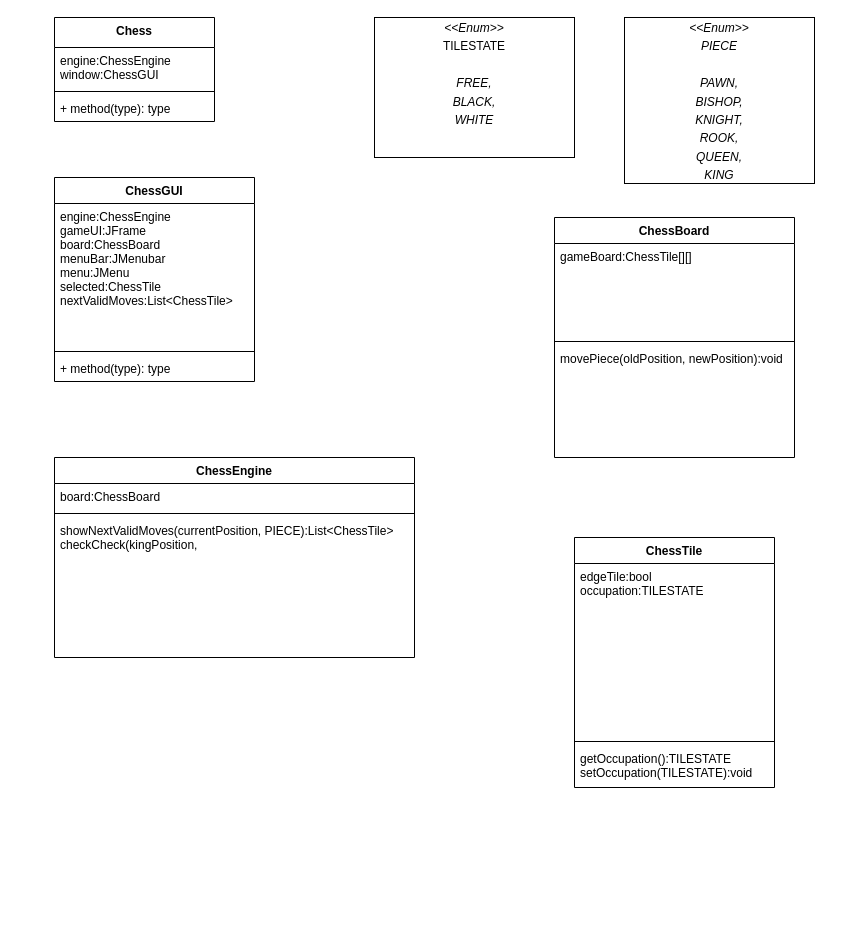
Earlier version of the draw.io diagram Aufgaben/Chessadds/UML Chess.drawio (dertheodor/epic_chess). Source tidied: cells renumbered, new cells numbered last; positions are measured from the earlier drawing's top-left corner, leaving out a move shared by most shapes. Both pictures are drawn from the tidied source at 100%, with x=0, y=0 at pixel (54, 17).
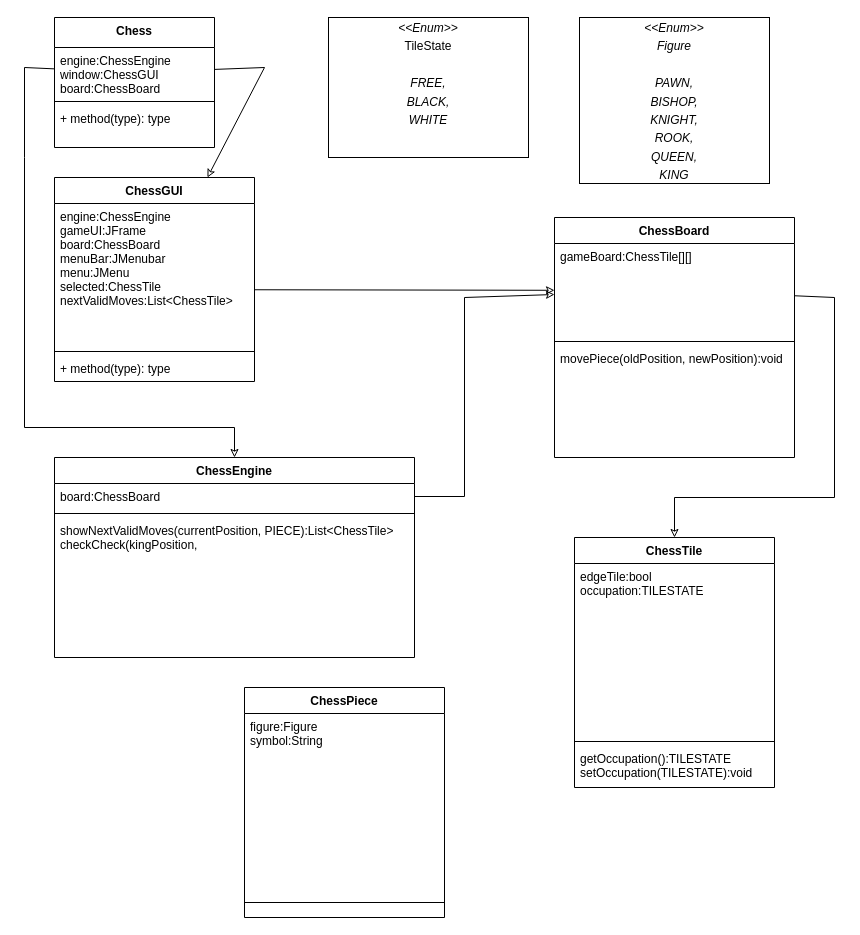
The same diagram, later.

Commit message (it also covers changes not shown here):
[Chess] Added Enums and two new Classes ChessTile and ChessPiece, also updated the UML

Unchanged cells that the change refers to:
```xml
<mxCell id="7" value="board:ChessBoard" style="text;strokeColor=none;fillColor=none;align=left;verticalAlign=top;spacingLeft=4;spacingRight=4;overflow=hidden;points=[[0,0.5],[1,0.5]];portConstraint=eastwest;" parent="6" vertex="1">
  <mxGeometry y="26" width="360" height="26" as="geometry" />
</mxCell>
<mxCell id="10" value="ChessGUI" style="swimlane;fontStyle=1;align=center;verticalAlign=top;horizontal=1;startSize=26;" parent="1" vertex="1">
  <mxGeometry y="160" width="200" height="204" as="geometry" />
</mxCell>
<mxCell id="11" value="engine:ChessEngine&#10;gameUI:JFrame&#10;board:ChessBoard&#10;menuBar:JMenubar&#10;menu:JMenu&#10;selected:ChessTile&#10;nextValidMoves:List&lt;ChessTile&gt;&#10;&#10;&#10;" style="text;strokeColor=none;fillColor=none;align=left;verticalAlign=top;spacingLeft=4;spacingRight=4;overflow=hidden;points=[[0,0.5],[1,0.5]];portConstraint=eastwest;" parent="10" vertex="1">
  <mxGeometry y="26" width="200" height="144" as="geometry" />
</mxCell>
<mxCell id="21" value="gameBoard:ChessTile[][]" style="text;strokeColor=none;fillColor=none;align=left;verticalAlign=top;spacingLeft=4;spacingRight=4;overflow=hidden;points=[[0,0.5],[1,0.5]];portConstraint=eastwest;" parent="20" vertex="1">
  <mxGeometry y="26" width="240" height="94" as="geometry" />
</mxCell>
```

The edit, as a diff of the source:
```diff
@@
     <mxCell id="2" value="Chess" style="swimlane;fontStyle=1;align=center;verticalAlign=top;horizontal=1;startSize=30;" parent="1" vertex="1">
-      <mxGeometry width="160" height="104" as="geometry" />
+      <mxGeometry width="160" height="130" as="geometry" />
     </mxCell>
-    <mxCell id="3" value="engine:ChessEngine&#10;window:ChessGUI" style="text;strokeColor=none;fillColor=none;align=left;verticalAlign=top;spacingLeft=4;spacingRight=4;overflow=hidden;points=[[0,0.5],[1,0.5]];portConstraint=eastwest;" parent="2" vertex="1">
-      <mxGeometry y="30" width="160" height="40" as="geometry" />
+    <mxCell id="3" value="engine:ChessEngine&#10;window:ChessGUI&#10;board:ChessBoard" style="text;strokeColor=none;fillColor=none;align=left;verticalAlign=top;spacingLeft=4;spacingRight=4;overflow=hidden;points=[[0,0.5],[1,0.5]];portConstraint=eastwest;" parent="2" vertex="1">
+      <mxGeometry y="30" width="160" height="50" as="geometry" />
     </mxCell>
     <mxCell id="4" style="line;strokeWidth=1;fillColor=none;align=left;verticalAlign=middle;spacingTop=-1;spacingLeft=3;spacingRight=3;labelPosition=right;" parent="2" vertex="1">
-      <mxGeometry y="70" width="160" height="8" as="geometry" />
+      <mxGeometry y="80" width="160" height="8" as="geometry" />
     </mxCell>
-    <mxCell id="5" value="+ method(type): type" style="text;strokeColor=none;fillColor=none;align=left;verticalAlign=top;spacingLeft=4;spacingRight=4;overflow=hidden;" parent="2" vertex="1">
-      <mxGeometry y="78" width="160" height="26" as="geometry" />
+    <mxCell id="5" value="+ method(type): type&#10;" style="text;strokeColor=none;fillColor=none;align=left;verticalAlign=top;spacingLeft=4;spacingRight=4;overflow=hidden;" parent="2" vertex="1">
+      <mxGeometry y="88" width="160" height="42" as="geometry" />
     </mxCell>
@@
-    <mxCell id="18" value="&lt;p style=&quot;margin: 0px ; margin-top: 4px ; text-align: center&quot;&gt;&lt;i&gt;&amp;lt;&amp;lt;Enum&amp;gt;&amp;gt;&lt;/i&gt;&lt;/p&gt;&lt;p style=&quot;margin: 0px ; margin-top: 4px ; text-align: center&quot;&gt;TILESTATE&lt;br&gt;&lt;/p&gt;&lt;p style=&quot;margin: 0px ; margin-top: 4px ; text-align: center&quot;&gt;&lt;i&gt;&lt;br&gt;&lt;/i&gt;&lt;/p&gt;&lt;p style=&quot;margin: 0px ; margin-top: 4px ; text-align: center&quot;&gt;&lt;i&gt;FREE,&lt;/i&gt;&lt;/p&gt;&lt;p style=&quot;margin: 0px ; margin-top: 4px ; text-align: center&quot;&gt;&lt;i&gt;BLACK,&lt;/i&gt;&lt;/p&gt;&lt;p style=&quot;margin: 0px ; margin-top: 4px ; text-align: center&quot;&gt;&lt;i&gt;WHITE&lt;/i&gt;&lt;/p&gt;" style="verticalAlign=top;align=left;overflow=fill;fontSize=12;fontFamily=Helvetica;html=1;" parent="1" vertex="1">
-      <mxGeometry x="320" width="200" height="140" as="geometry" />
+    <mxCell id="18" value="&lt;p style=&quot;margin: 0px ; margin-top: 4px ; text-align: center&quot;&gt;&lt;i&gt;&amp;lt;&amp;lt;Enum&amp;gt;&amp;gt;&lt;/i&gt;&lt;/p&gt;&lt;p style=&quot;margin: 0px ; margin-top: 4px ; text-align: center&quot;&gt;TileState&lt;/p&gt;&lt;p style=&quot;margin: 0px ; margin-top: 4px ; text-align: center&quot;&gt;&lt;i&gt;&lt;br&gt;&lt;/i&gt;&lt;/p&gt;&lt;p style=&quot;margin: 0px ; margin-top: 4px ; text-align: center&quot;&gt;&lt;i&gt;FREE,&lt;/i&gt;&lt;/p&gt;&lt;p style=&quot;margin: 0px ; margin-top: 4px ; text-align: center&quot;&gt;&lt;i&gt;BLACK,&lt;/i&gt;&lt;/p&gt;&lt;p style=&quot;margin: 0px ; margin-top: 4px ; text-align: center&quot;&gt;&lt;i&gt;WHITE&lt;/i&gt;&lt;/p&gt;" style="verticalAlign=top;align=left;overflow=fill;fontSize=12;fontFamily=Helvetica;html=1;" parent="1" vertex="1">
+      <mxGeometry x="274" width="200" height="140" as="geometry" />
     </mxCell>
-    <mxCell id="19" value="&lt;p style=&quot;margin: 0px ; margin-top: 4px ; text-align: center&quot;&gt;&lt;i&gt;&amp;lt;&amp;lt;Enum&amp;gt;&amp;gt;&lt;/i&gt;&lt;/p&gt;&lt;p style=&quot;margin: 0px ; margin-top: 4px ; text-align: center&quot;&gt;&lt;i&gt;PIECE&lt;/i&gt;&lt;/p&gt;&lt;p style=&quot;margin: 0px ; margin-top: 4px ; text-align: center&quot;&gt;&lt;i&gt;&lt;br&gt;&lt;/i&gt;&lt;/p&gt;&lt;p style=&quot;margin: 0px ; margin-top: 4px ; text-align: center&quot;&gt;&lt;i&gt;PAWN,&lt;/i&gt;&lt;/p&gt;&lt;p style=&quot;margin: 0px ; margin-top: 4px ; text-align: center&quot;&gt;&lt;i&gt;BISHOP,&lt;/i&gt;&lt;/p&gt;&lt;p style=&quot;margin: 0px ; margin-top: 4px ; text-align: center&quot;&gt;&lt;i&gt;KNIGHT,&lt;/i&gt;&lt;/p&gt;&lt;p style=&quot;margin: 0px ; margin-top: 4px ; text-align: center&quot;&gt;&lt;i&gt;ROOK,&lt;/i&gt;&lt;/p&gt;&lt;p style=&quot;margin: 0px ; margin-top: 4px ; text-align: center&quot;&gt;&lt;i&gt;QUEEN,&lt;/i&gt;&lt;/p&gt;&lt;p style=&quot;margin: 0px ; margin-top: 4px ; text-align: center&quot;&gt;&lt;i&gt;KING&lt;/i&gt;&lt;/p&gt;" style="verticalAlign=top;align=left;overflow=fill;fontSize=12;fontFamily=Helvetica;html=1;" parent="1" vertex="1">
-      <mxGeometry x="570" width="190" height="166" as="geometry" />
+    <mxCell id="19" value="&lt;p style=&quot;margin: 0px ; margin-top: 4px ; text-align: center&quot;&gt;&lt;i&gt;&amp;lt;&amp;lt;Enum&amp;gt;&amp;gt;&lt;/i&gt;&lt;/p&gt;&lt;p style=&quot;margin: 0px ; margin-top: 4px ; text-align: center&quot;&gt;&lt;i&gt;Figure&lt;/i&gt;&lt;/p&gt;&lt;p style=&quot;margin: 0px ; margin-top: 4px ; text-align: center&quot;&gt;&lt;i&gt;&lt;br&gt;&lt;/i&gt;&lt;/p&gt;&lt;p style=&quot;margin: 0px ; margin-top: 4px ; text-align: center&quot;&gt;&lt;i&gt;PAWN,&lt;/i&gt;&lt;/p&gt;&lt;p style=&quot;margin: 0px ; margin-top: 4px ; text-align: center&quot;&gt;&lt;i&gt;BISHOP,&lt;/i&gt;&lt;/p&gt;&lt;p style=&quot;margin: 0px ; margin-top: 4px ; text-align: center&quot;&gt;&lt;i&gt;KNIGHT,&lt;/i&gt;&lt;/p&gt;&lt;p style=&quot;margin: 0px ; margin-top: 4px ; text-align: center&quot;&gt;&lt;i&gt;ROOK,&lt;/i&gt;&lt;/p&gt;&lt;p style=&quot;margin: 0px ; margin-top: 4px ; text-align: center&quot;&gt;&lt;i&gt;QUEEN,&lt;/i&gt;&lt;/p&gt;&lt;p style=&quot;margin: 0px ; margin-top: 4px ; text-align: center&quot;&gt;&lt;i&gt;KING&lt;/i&gt;&lt;/p&gt;" style="verticalAlign=top;align=left;overflow=fill;fontSize=12;fontFamily=Helvetica;html=1;" parent="1" vertex="1">
+      <mxGeometry x="525" width="190" height="166" as="geometry" />
     </mxCell>
@@
+    <mxCell id="24" style="rounded=0;jettySize=auto;html=1;endArrow=classic;endFill=0;exitX=1;exitY=0.599;exitDx=0;exitDy=0;exitPerimeter=0;" parent="1" edge="1" source="11" target="21">
+      <mxGeometry relative="1" as="geometry" />
+    </mxCell>
+    <mxCell id="25" style="edgeStyle=none;rounded=0;jettySize=auto;html=1;endArrow=classic;endFill=0;" parent="1" edge="1" source="7">
+      <mxGeometry relative="1" as="geometry">
+        <mxPoint x="500" y="277" as="targetPoint" />
+        <Array as="points">
+          <mxPoint x="410" y="479" />
+          <mxPoint x="410" y="280" />
+        </Array>
+      </mxGeometry>
+    </mxCell>
+    <mxCell id="26" style="edgeStyle=none;rounded=0;jettySize=auto;html=1;endArrow=classic;endFill=0;" parent="1" edge="1" source="21">
+      <mxGeometry relative="1" as="geometry">
+        <mxPoint x="620" y="520" as="targetPoint" />
+        <Array as="points">
+          <mxPoint x="780" y="280" />
+          <mxPoint x="780" y="480" />
+          <mxPoint x="620" y="480" />
+        </Array>
+      </mxGeometry>
+    </mxCell>
+    <mxCell id="27" style="edgeStyle=none;rounded=0;jettySize=auto;html=1;endArrow=classic;endFill=0;" parent="1" edge="1" source="3" target="10">
+      <mxGeometry relative="1" as="geometry">
+        <Array as="points">
+          <mxPoint x="210" y="50" />
+        </Array>
+      </mxGeometry>
+    </mxCell>
+    <mxCell id="28" style="edgeStyle=none;rounded=0;jettySize=auto;html=1;endArrow=classic;endFill=0;" parent="1" edge="1" source="3">
+      <mxGeometry relative="1" as="geometry">
+        <mxPoint x="180" y="440" as="targetPoint" />
+        <Array as="points">
+          <mxPoint x="-30" y="50" />
+          <mxPoint x="-30" y="140" />
+          <mxPoint x="-30" y="410" />
+          <mxPoint x="180" y="410" />
+        </Array>
+      </mxGeometry>
+    </mxCell>
+    <mxCell id="29" value="ChessPiece" style="swimlane;fontStyle=1;align=center;verticalAlign=top;horizontal=1;startSize=26;" parent="1" vertex="1">
+      <mxGeometry x="190" y="670" width="200" height="230" as="geometry" />
+    </mxCell>
+    <mxCell id="30" value="figure:Figure&#10;symbol:String" style="text;strokeColor=none;fillColor=none;align=left;verticalAlign=top;spacingLeft=4;spacingRight=4;overflow=hidden;" parent="29" vertex="1">
+      <mxGeometry y="26" width="200" height="174" as="geometry" />
+    </mxCell>
+    <mxCell id="31" style="line;strokeWidth=1;fillColor=none;align=left;verticalAlign=middle;spacingTop=-1;spacingLeft=3;spacingRight=3;labelPosition=right;" parent="29" vertex="1">
+      <mxGeometry y="200" width="200" height="30" as="geometry" />
+    </mxCell>
```
